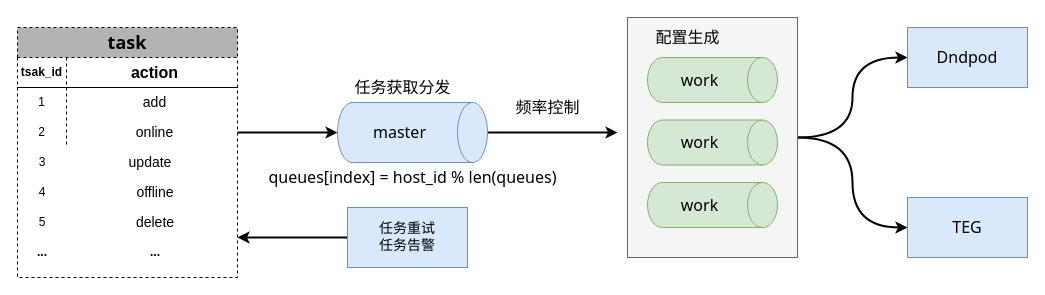
wwCrazy/resume keeps this draw.io diagram as page "第 6 页" (6 of 9) of tcb.drawio. Above is the earlier version. Source tidied: cells renumbered, new cells numbered last; positions are measured from the earlier drawing's top-left corner, leaving out a move shared by most shapes. Both pictures are drawn from the tidied source at 100%, with x=0, y=0 at pixel (17, 17).
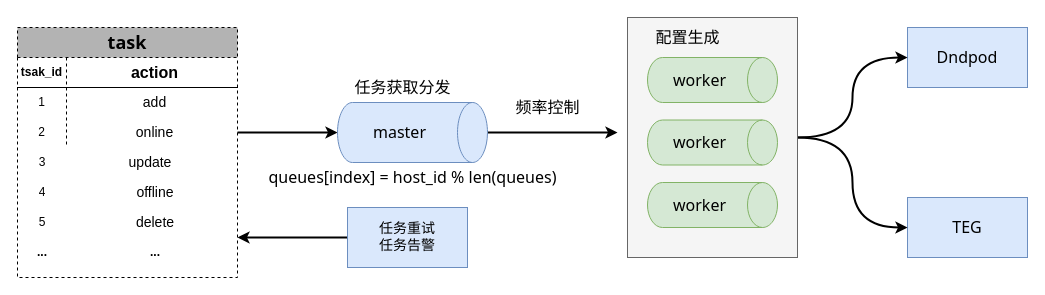
Above is the later version.

Diff of the diagram source:
```diff
@@
-    <mxCell id="31" value="work" style="shape=cylinder3;whiteSpace=wrap;html=1;boundedLbl=1;backgroundOutline=1;size=15;strokeWidth=1;fillColor=#d5e8d4;fontFamily=Tahoma;fontSize=16;align=center;direction=south;strokeColor=#82b366;" parent="1" vertex="1">
+    <mxCell id="31" value="worker" style="shape=cylinder3;whiteSpace=wrap;html=1;boundedLbl=1;backgroundOutline=1;size=15;strokeWidth=1;fillColor=#d5e8d4;fontFamily=Tahoma;fontSize=16;align=center;direction=south;strokeColor=#82b366;" parent="1" vertex="1">
       <mxGeometry x="630" y="40" width="130" height="45" as="geometry" />
     </mxCell>
-    <mxCell id="32" value="work" style="shape=cylinder3;whiteSpace=wrap;html=1;boundedLbl=1;backgroundOutline=1;size=15;strokeWidth=1;fillColor=#d5e8d4;fontFamily=Tahoma;fontSize=16;align=center;direction=south;strokeColor=#82b366;" parent="1" vertex="1">
+    <mxCell id="32" value="worker" style="shape=cylinder3;whiteSpace=wrap;html=1;boundedLbl=1;backgroundOutline=1;size=15;strokeWidth=1;fillColor=#d5e8d4;fontFamily=Tahoma;fontSize=16;align=center;direction=south;strokeColor=#82b366;" parent="1" vertex="1">
       <mxGeometry x="630" y="102.5" width="130" height="45" as="geometry" />
     </mxCell>
-    <mxCell id="33" value="work" style="shape=cylinder3;whiteSpace=wrap;html=1;boundedLbl=1;backgroundOutline=1;size=15;strokeWidth=1;fillColor=#d5e8d4;fontFamily=Tahoma;fontSize=16;align=center;direction=south;strokeColor=#82b366;" parent="1" vertex="1">
+    <mxCell id="33" value="worker" style="shape=cylinder3;whiteSpace=wrap;html=1;boundedLbl=1;backgroundOutline=1;size=15;strokeWidth=1;fillColor=#d5e8d4;fontFamily=Tahoma;fontSize=16;align=center;direction=south;strokeColor=#82b366;" parent="1" vertex="1">
       <mxGeometry x="630" y="165" width="130" height="45" as="geometry" />
     </mxCell>
```
